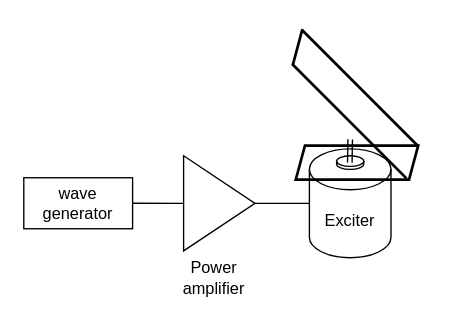
Above: wave generator.drawio in qyu38/DL-paper (draw.io), before the change. Source tidied: cells renumbered, new cells numbered last; positions are measured from the earlier drawing's top-left corner, leaving out a move shared by most shapes. Both pictures are drawn from the tidied source at 136%, with x=0, y=0 at pixel (23, 39).
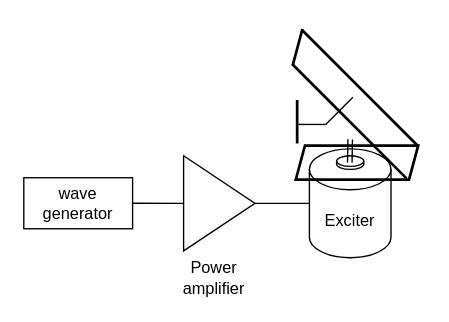
After the change.

What changed in the source:
```diff
@@
+    <mxCell id="14" style="endArrow=none;html=1;rounded=0;" parent="1" edge="1">
+      <mxGeometry relative="1" as="geometry">
+        <mxPoint x="222" y="62" as="sourcePoint" />
+        <mxPoint x="242" y="42" as="targetPoint" />
+      </mxGeometry>
+    </mxCell>
+    <mxCell id="15" style="endArrow=none;html=1;rounded=0;" parent="1" edge="1">
+      <mxGeometry relative="1" as="geometry">
+        <mxPoint x="202" y="62" as="sourcePoint" />
+        <mxPoint x="222" y="62" as="targetPoint" />
+      </mxGeometry>
+    </mxCell>
+    <mxCell id="16" style="line;strokeWidth=2;direction=south;html=1;" parent="1" vertex="1">
+      <mxGeometry x="196" y="44" width="10" height="32" as="geometry" />
+    </mxCell>
```
